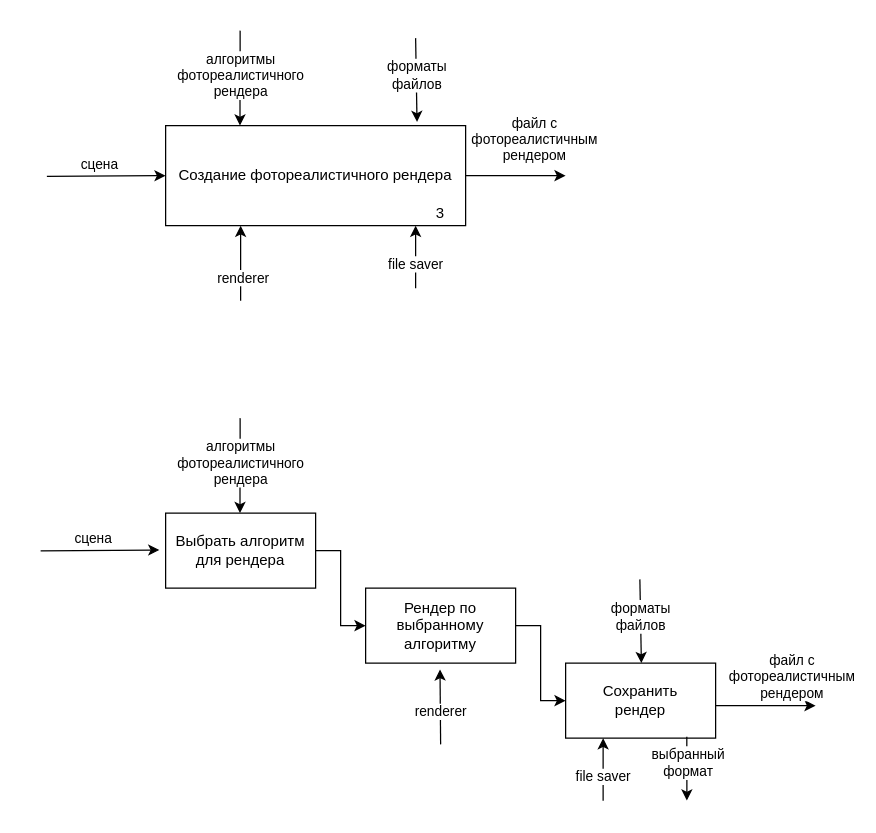
This is page "5. Фотореалистичный рендер" (6 of 6) of idef0/idef0.drawio from c0sx/3d-model-viewer-design, a draw.io file, before an edit. Source tidied: cells renumbered, new cells numbered last; positions are measured from the earlier drawing's top-left corner, leaving out a move shared by most shapes. Both pictures are drawn from the tidied source at 125%, with x=0, y=0 at pixel (40, 30).
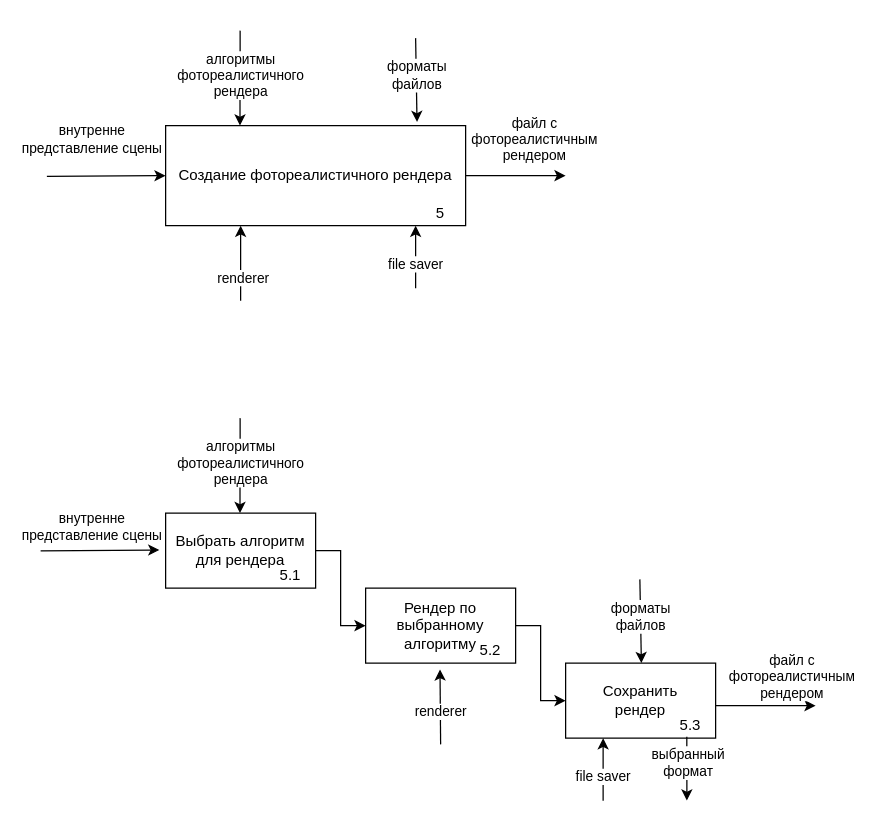
Above is the later version.

Unchanged cells that the change refers to:
```xml
<mxCell id="5" style="endArrow=classic;html=1;targetPerimeterSpacing=0;strokeColor=#000000;strokeWidth=1;" parent="1" edge="1">
  <mxGeometry relative="1" as="geometry">
    <mxPoint x="5" y="116.6" as="sourcePoint" />
    <mxPoint x="100" y="116" as="targetPoint" />
  </mxGeometry>
</mxCell>
<mxCell id="13" style="endArrow=classic;html=1;targetPerimeterSpacing=0;strokeColor=#000000;strokeWidth=1;" parent="1" edge="1">
  <mxGeometry relative="1" as="geometry">
    <mxPoint y="416.1" as="sourcePoint" />
    <mxPoint x="95" y="415.5" as="targetPoint" />
  </mxGeometry>
</mxCell>
```

What changed in the source:
```diff
@@
-    <mxCell id="6" value="сцена" style="edgeLabel;html=1;align=center;verticalAlign=middle;" parent="5" vertex="1">
-      <mxGeometry x="-0.51" y="-1" relative="1" as="geometry">
-        <mxPoint x="18" y="-11" as="offset" />
-      </mxGeometry>
-    </mxCell>
@@
-    <mxCell id="11" value="3" style="text;html=1;strokeColor=none;fillColor=none;align=center;verticalAlign=middle;whiteSpace=wrap;rounded=0;" parent="1" vertex="1">
+    <mxCell id="11" value="5" style="text;html=1;strokeColor=none;fillColor=none;align=center;verticalAlign=middle;whiteSpace=wrap;rounded=0;" parent="1" vertex="1">
       <mxGeometry x="300" y="136" width="40" height="20" as="geometry" />
     </mxCell>
@@
-    <mxCell id="14" value="сцена" style="edgeLabel;html=1;align=center;verticalAlign=middle;" parent="13" vertex="1">
-      <mxGeometry x="-0.51" y="-1" relative="1" as="geometry">
-        <mxPoint x="18" y="-11" as="offset" />
-      </mxGeometry>
-    </mxCell>
@@
+    <mxCell id="35" value="5.1" style="text;html=1;strokeColor=none;fillColor=none;align=center;verticalAlign=middle;whiteSpace=wrap;rounded=0;" parent="1" vertex="1">
+      <mxGeometry x="180" y="426" width="40" height="20" as="geometry" />
+    </mxCell>
+    <mxCell id="36" value="5.2" style="text;html=1;strokeColor=none;fillColor=none;align=center;verticalAlign=middle;whiteSpace=wrap;rounded=0;" parent="1" vertex="1">
+      <mxGeometry x="340" y="486" width="40" height="20" as="geometry" />
+    </mxCell>
+    <mxCell id="37" value="5.3" style="text;html=1;strokeColor=none;fillColor=none;align=center;verticalAlign=middle;whiteSpace=wrap;rounded=0;" parent="1" vertex="1">
+      <mxGeometry x="500" y="546" width="40" height="20" as="geometry" />
+    </mxCell>
+    <mxCell id="38" value="внутренне &lt;br&gt;представление сцены" style="edgeLabel;html=1;align=center;verticalAlign=middle;" parent="1" vertex="1">
+      <mxGeometry x="40" y="86" as="geometry" />
+    </mxCell>
+    <mxCell id="39" value="внутренне &lt;br&gt;представление сцены" style="edgeLabel;html=1;align=center;verticalAlign=middle;" parent="1" vertex="1">
+      <mxGeometry x="40" y="396" as="geometry" />
+    </mxCell>
```
